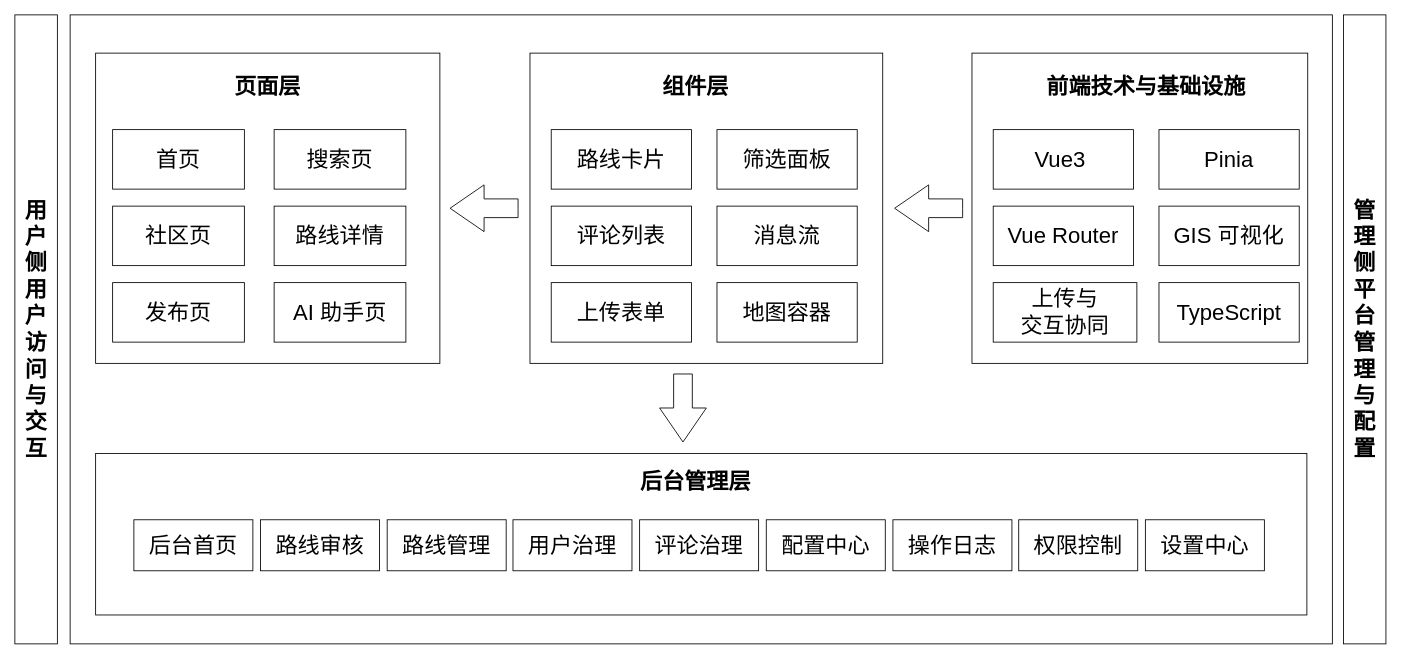
Earlier version of the draw.io diagram DOCS/architecture-diagrams/sources/架构图/展示层架构图.drawio (612cs/TrailQuest). Source tidied: cells renumbered, new cells numbered last; positions are measured from the earlier drawing's top-left corner, leaving out a move shared by most shapes. Both pictures are drawn from the tidied source at 85%, with x=0, y=0 at pixel (14, 14).
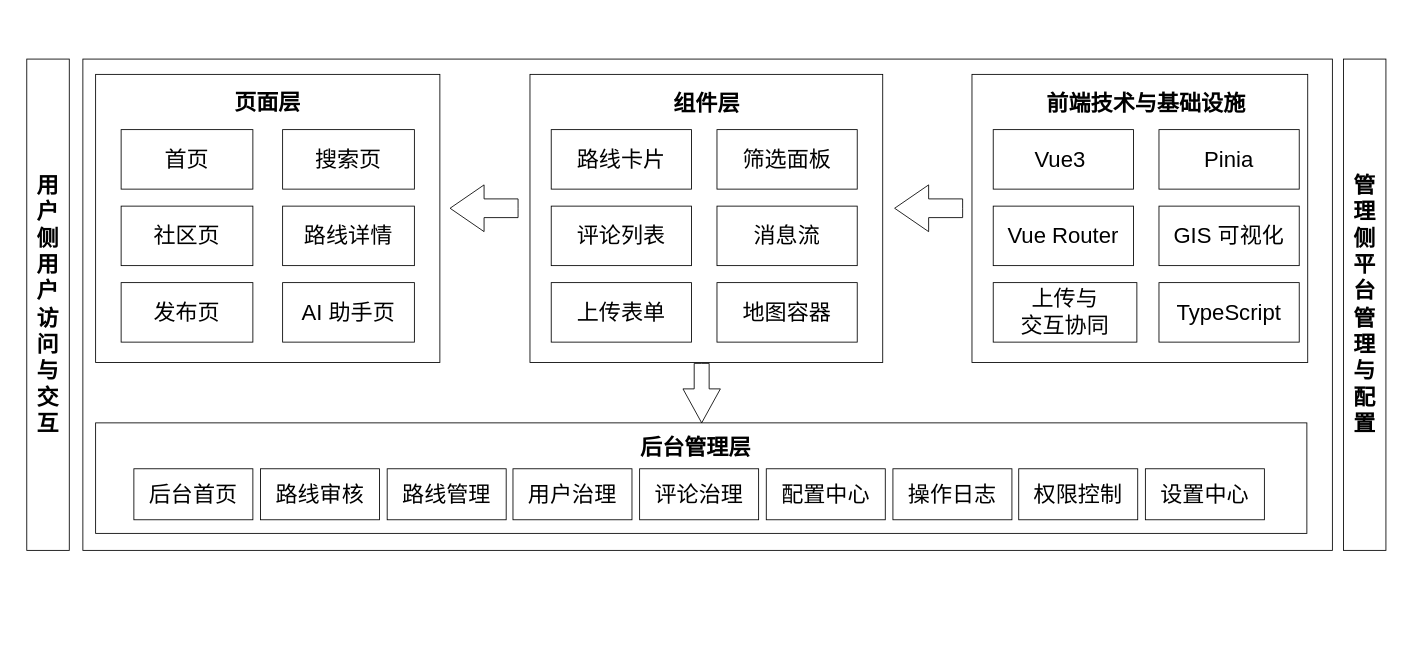
The same page after the edit.

Change to the diagram source:
```diff
@@
     <mxCell id="2" value="用户侧&#10;用户访问与交互" style="rounded=0;whiteSpace=wrap;html=1;strokeColor=#000000;fillColor=none;fontSize=26;fontStyle=1;align=center;verticalAlign=middle;" parent="1" vertex="1">
-      <mxGeometry width="50" height="740" as="geometry" />
+      <mxGeometry x="14" y="52" width="50" height="578" as="geometry" />
     </mxCell>
     <mxCell id="3" value="管理侧&#10;平台管理与配置" style="rounded=0;whiteSpace=wrap;html=1;strokeColor=#000000;fillColor=none;fontSize=26;fontStyle=1;align=center;verticalAlign=middle;" parent="1" vertex="1">
-      <mxGeometry x="1563" width="50" height="740" as="geometry" />
+      <mxGeometry x="1563" y="52" width="50" height="578" as="geometry" />
     </mxCell>
-    <mxCell id="4" style="rounded=0;whiteSpace=wrap;html=1;strokeColor=#000000;fillColor=none;fontSize=26;" parent="1" vertex="1">
-      <mxGeometry x="65" width="1485" height="740" as="geometry" />
+    <mxCell id="4" style="rounded=0;whiteSpace=wrap;html=1;strokeColor=#000000;fillColor=none;fontSize=26;fontStyle=1;" parent="1" vertex="1">
+      <mxGeometry x="80" y="52" width="1470" height="578" as="geometry" />
     </mxCell>
     <mxCell id="5" style="rounded=0;whiteSpace=wrap;html=1;strokeColor=#000000;fillColor=none;fontSize=26;" parent="1" vertex="1">
-      <mxGeometry x="95" y="45" width="405" height="365" as="geometry" />
+      <mxGeometry x="95" y="70" width="405" height="339" as="geometry" />
     </mxCell>
     <mxCell id="6" value="页面层" style="rounded=0;whiteSpace=wrap;html=1;strokeColor=none;fillColor=none;fontSize=26;fontStyle=1;align=center;verticalAlign=middle;" parent="1" vertex="1">
-      <mxGeometry x="200" y="60" width="195" height="50" as="geometry" />
+      <mxGeometry x="200" y="78" width="195" height="50" as="geometry" />
     </mxCell>
     <mxCell id="7" value="首页" style="rounded=0;whiteSpace=wrap;html=1;strokeColor=#000000;fillColor=none;fontSize=26;align=center;verticalAlign=middle;" parent="1" vertex="1">
-      <mxGeometry x="115" y="135" width="155" height="70" as="geometry" />
+      <mxGeometry x="125" y="135" width="155" height="70" as="geometry" />
     </mxCell>
     <mxCell id="8" value="搜索页" style="rounded=0;whiteSpace=wrap;html=1;strokeColor=#000000;fillColor=none;fontSize=26;align=center;verticalAlign=middle;" parent="1" vertex="1">
-      <mxGeometry x="305" y="135" width="155" height="70" as="geometry" />
+      <mxGeometry x="315" y="135" width="155" height="70" as="geometry" />
     </mxCell>
     <mxCell id="9" value="社区页" style="rounded=0;whiteSpace=wrap;html=1;strokeColor=#000000;fillColor=none;fontSize=26;align=center;verticalAlign=middle;" parent="1" vertex="1">
-      <mxGeometry x="115" y="225" width="155" height="70" as="geometry" />
+      <mxGeometry x="125" y="225" width="155" height="70" as="geometry" />
     </mxCell>
     <mxCell id="10" value="路线详情" style="rounded=0;whiteSpace=wrap;html=1;strokeColor=#000000;fillColor=none;fontSize=26;align=center;verticalAlign=middle;" parent="1" vertex="1">
-      <mxGeometry x="305" y="225" width="155" height="70" as="geometry" />
+      <mxGeometry x="315" y="225" width="155" height="70" as="geometry" />
     </mxCell>
     <mxCell id="11" value="发布页" style="rounded=0;whiteSpace=wrap;html=1;strokeColor=#000000;fillColor=none;fontSize=26;align=center;verticalAlign=middle;" parent="1" vertex="1">
-      <mxGeometry x="115" y="315" width="155" height="70" as="geometry" />
+      <mxGeometry x="125" y="315" width="155" height="70" as="geometry" />
     </mxCell>
     <mxCell id="12" value="AI 助手页" style="rounded=0;whiteSpace=wrap;html=1;strokeColor=#000000;fillColor=none;fontSize=26;align=center;verticalAlign=middle;" parent="1" vertex="1">
-      <mxGeometry x="305" y="315" width="155" height="70" as="geometry" />
+      <mxGeometry x="315" y="315" width="155" height="70" as="geometry" />
     </mxCell>
     <mxCell id="13" style="rounded=0;whiteSpace=wrap;html=1;strokeColor=#000000;fillColor=none;fontSize=26;" parent="1" vertex="1">
-      <mxGeometry x="606" y="45" width="415" height="365" as="geometry" />
+      <mxGeometry x="606" y="70" width="415" height="339" as="geometry" />
     </mxCell>
     <mxCell id="14" value="组件层" style="rounded=0;whiteSpace=wrap;html=1;strokeColor=none;fillColor=none;fontSize=26;fontStyle=1;align=center;verticalAlign=middle;" parent="1" vertex="1">
-      <mxGeometry x="676" y="60" width="250" height="50" as="geometry" />
+      <mxGeometry x="688.5" y="79" width="250" height="50" as="geometry" />
     </mxCell>
@@
     <mxCell id="21" style="rounded=0;whiteSpace=wrap;html=1;strokeColor=#000000;fillColor=none;fontSize=26;" parent="1" vertex="1">
-      <mxGeometry x="1126" y="45" width="395" height="365" as="geometry" />
+      <mxGeometry x="1126" y="70" width="395" height="339" as="geometry" />
     </mxCell>
     <mxCell id="22" value="前端技术与基础设施" style="rounded=0;whiteSpace=wrap;html=1;strokeColor=none;fillColor=none;fontSize=26;fontStyle=1;align=center;verticalAlign=middle;" parent="1" vertex="1">
-      <mxGeometry x="1211" y="60" width="240" height="50" as="geometry" />
+      <mxGeometry x="1211" y="80" width="240" height="50" as="geometry" />
     </mxCell>
@@
     <mxCell id="28" style="rounded=0;whiteSpace=wrap;html=1;strokeColor=#000000;fillColor=none;fontSize=26;" parent="1" vertex="1">
-      <mxGeometry x="95" y="516" width="1425" height="190" as="geometry" />
+      <mxGeometry x="95" y="480" width="1425" height="130" as="geometry" />
     </mxCell>
     <mxCell id="29" value="后台管理层" style="rounded=0;whiteSpace=wrap;html=1;strokeColor=none;fillColor=none;fontSize=26;fontStyle=1;align=center;verticalAlign=middle;" parent="1" vertex="1">
-      <mxGeometry x="586" y="524" width="430" height="50" as="geometry" />
+      <mxGeometry x="586" y="484" width="430" height="50" as="geometry" />
     </mxCell>
     <mxCell id="30" value="后台首页" style="rounded=0;whiteSpace=wrap;html=1;strokeColor=#000000;fillColor=none;fontSize=26;align=center;verticalAlign=middle;" parent="1" vertex="1">
-      <mxGeometry x="140" y="594" width="140" height="60" as="geometry" />
+      <mxGeometry x="140" y="534" width="140" height="60" as="geometry" />
     </mxCell>
     <mxCell id="31" value="路线审核" style="rounded=0;whiteSpace=wrap;html=1;strokeColor=#000000;fillColor=none;fontSize=26;align=center;verticalAlign=middle;" parent="1" vertex="1">
-      <mxGeometry x="289" y="594" width="140" height="60" as="geometry" />
+      <mxGeometry x="289" y="534" width="140" height="60" as="geometry" />
     </mxCell>
     <mxCell id="32" value="路线管理" style="rounded=0;whiteSpace=wrap;html=1;strokeColor=#000000;fillColor=none;fontSize=26;align=center;verticalAlign=middle;" parent="1" vertex="1">
-      <mxGeometry x="438" y="594" width="140" height="60" as="geometry" />
+      <mxGeometry x="438" y="534" width="140" height="60" as="geometry" />
     </mxCell>
     <mxCell id="33" value="用户治理" style="rounded=0;whiteSpace=wrap;html=1;strokeColor=#000000;fillColor=none;fontSize=26;align=center;verticalAlign=middle;" parent="1" vertex="1">
-      <mxGeometry x="586" y="594" width="140" height="60" as="geometry" />
+      <mxGeometry x="586" y="534" width="140" height="60" as="geometry" />
     </mxCell>
     <mxCell id="34" value="评论治理" style="rounded=0;whiteSpace=wrap;html=1;strokeColor=#000000;fillColor=none;fontSize=26;align=center;verticalAlign=middle;" parent="1" vertex="1">
-      <mxGeometry x="735" y="594" width="140" height="60" as="geometry" />
+      <mxGeometry x="735" y="534" width="140" height="60" as="geometry" />
     </mxCell>
     <mxCell id="35" value="配置中心" style="rounded=0;whiteSpace=wrap;html=1;strokeColor=#000000;fillColor=none;fontSize=26;align=center;verticalAlign=middle;" parent="1" vertex="1">
-      <mxGeometry x="884" y="594" width="140" height="60" as="geometry" />
+      <mxGeometry x="884" y="534" width="140" height="60" as="geometry" />
     </mxCell>
     <mxCell id="36" value="操作日志" style="rounded=0;whiteSpace=wrap;html=1;strokeColor=#000000;fillColor=none;fontSize=26;align=center;verticalAlign=middle;" parent="1" vertex="1">
-      <mxGeometry x="1033" y="594" width="140" height="60" as="geometry" />
+      <mxGeometry x="1033" y="534" width="140" height="60" as="geometry" />
     </mxCell>
     <mxCell id="37" value="权限控制" style="rounded=0;whiteSpace=wrap;html=1;strokeColor=#000000;fillColor=none;fontSize=26;align=center;verticalAlign=middle;" parent="1" vertex="1">
-      <mxGeometry x="1181" y="594" width="140" height="60" as="geometry" />
+      <mxGeometry x="1181" y="534" width="140" height="60" as="geometry" />
     </mxCell>
     <mxCell id="38" value="设置中心" style="rounded=0;whiteSpace=wrap;html=1;strokeColor=#000000;fillColor=none;fontSize=26;align=center;verticalAlign=middle;" parent="1" vertex="1">
-      <mxGeometry x="1330" y="594" width="140" height="60" as="geometry" />
+      <mxGeometry x="1330" y="534" width="140" height="60" as="geometry" />
     </mxCell>
@@
     <mxCell id="42" style="html=1;shadow=0;dashed=0;align=center;verticalAlign=middle;shape=mxgraph.arrows2.arrow;dy=0.6;dx=40;notch=0;fillColor=none;direction=south;" parent="1" vertex="1">
-      <mxGeometry x="758.5" y="422.5" width="55" height="80" as="geometry" />
+      <mxGeometry x="786" y="410" width="44" height="70" as="geometry" />
     </mxCell>
```
